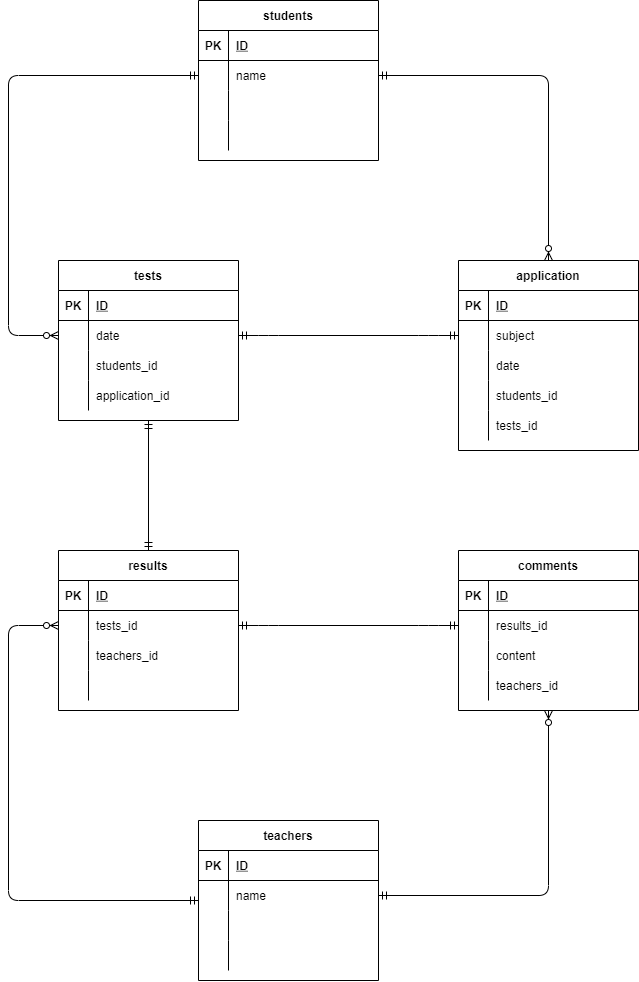
Earlier version of the draw.io export 20220203taniguchi.drawio.png (akira-tani/DB_excercise). Source tidied: cells renumbered, new cells last; positions are measured from the earlier drawing's top-left corner, leaving out a move shared by most shapes.
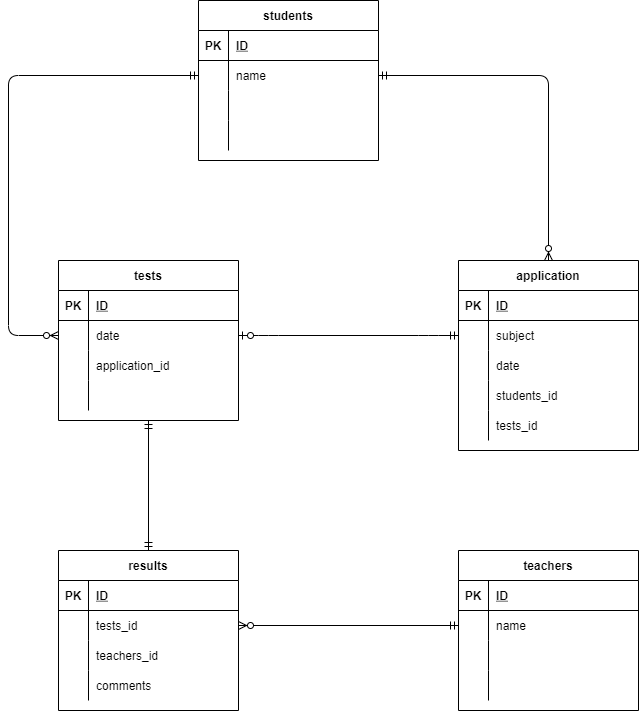
After the change.

The edit, as a diff of the source:
```diff
@@ -42,7 +42,7 @@
       <mxGeometry x="30" width="150" height="30" as="geometry" />
     </mxCell>
     <mxCell id="15" value="teachers" style="shape=table;startSize=30;rowLines=0;fontStyle=1;align=center;" parent="1" vertex="1">
-      <mxGeometry x="190" y="820" width="180" height="160" as="geometry" />
+      <mxGeometry x="450" y="550" width="180" height="160" as="geometry" />
     </mxCell>
     <mxCell id="16" style="shape=partialRectangle;fillColor=none;top=0;left=0;bottom=1;right=0;" parent="15" vertex="1">
       <mxGeometry y="30" width="180" height="30" as="geometry" />
@@ -107,7 +107,7 @@
     <mxCell id="36" style="shape=partialRectangle;fillColor=none;top=0;left=0;bottom=0;right=0;overflow=hidden;" parent="35" vertex="1">
       <mxGeometry width="30" height="30" as="geometry" />
     </mxCell>
-    <mxCell id="37" value="students_id" style="shape=partialRectangle;fillColor=none;top=0;left=0;bottom=0;right=0;align=left;spacingLeft=6;overflow=hidden;" parent="35" vertex="1">
+    <mxCell id="37" value="application_id" style="shape=partialRectangle;fillColor=none;top=0;left=0;bottom=0;right=0;align=left;spacingLeft=6;overflow=hidden;" parent="35" vertex="1">
       <mxGeometry x="30" width="150" height="30" as="geometry" />
     </mxCell>
     <mxCell id="38" style="shape=partialRectangle;fillColor=none;top=0;left=0;bottom=0;right=0;" parent="28" vertex="1">
@@ -116,7 +116,7 @@
     <mxCell id="39" style="shape=partialRectangle;fillColor=none;top=0;left=0;bottom=0;right=0;overflow=hidden;" parent="38" vertex="1">
       <mxGeometry width="30" height="30" as="geometry" />
     </mxCell>
-    <mxCell id="40" value="application_id" style="shape=partialRectangle;fillColor=none;top=0;left=0;bottom=0;right=0;align=left;spacingLeft=6;overflow=hidden;" parent="38" vertex="1">
+    <mxCell id="40" style="shape=partialRectangle;fillColor=none;top=0;left=0;bottom=0;right=0;align=left;spacingLeft=6;overflow=hidden;" parent="38" vertex="1">
       <mxGeometry x="30" width="150" height="30" as="geometry" />
     </mxCell>
     <mxCell id="41" value="results" style="shape=table;startSize=30;rowLines=0;fontStyle=1;align=center;" parent="1" vertex="1">
@@ -155,48 +155,9 @@
     <mxCell id="52" style="shape=partialRectangle;fillColor=none;top=0;left=0;bottom=0;right=0;overflow=hidden;" parent="51" vertex="1">
       <mxGeometry width="30" height="30" as="geometry" />
     </mxCell>
-    <mxCell id="53" style="shape=partialRectangle;fillColor=none;top=0;left=0;bottom=0;right=0;align=left;spacingLeft=6;overflow=hidden;" parent="51" vertex="1">
+    <mxCell id="53" value="comments" style="shape=partialRectangle;fillColor=none;top=0;left=0;bottom=0;right=0;align=left;spacingLeft=6;overflow=hidden;" parent="51" vertex="1">
       <mxGeometry x="30" width="150" height="30" as="geometry" />
     </mxCell>
-    <mxCell id="54" value="comments" style="shape=table;startSize=30;rowLines=0;fontStyle=1;align=center;" parent="1" vertex="1">
-      <mxGeometry x="450" y="550" width="180" height="160" as="geometry" />
-    </mxCell>
-    <mxCell id="55" style="shape=partialRectangle;fillColor=none;top=0;left=0;bottom=1;right=0;" parent="54" vertex="1">
-      <mxGeometry y="30" width="180" height="30" as="geometry" />
-    </mxCell>
-    <mxCell id="56" value="PK" style="shape=partialRectangle;fillColor=none;top=0;left=0;bottom=0;right=0;fontStyle=1;overflow=hidden;" parent="55" vertex="1">
-      <mxGeometry width="30" height="30" as="geometry" />
-    </mxCell>
-    <mxCell id="57" value="ID" style="shape=partialRectangle;fillColor=none;top=0;left=0;bottom=0;right=0;align=left;spacingLeft=6;fontStyle=5;overflow=hidden;" parent="55" vertex="1">
-      <mxGeometry x="30" width="150" height="30" as="geometry" />
-    </mxCell>
-    <mxCell id="58" style="shape=partialRectangle;fillColor=none;top=0;left=0;bottom=0;right=0;points=[[0,0.5],[1,0.5]];portConstraint=eastwest;" parent="54" vertex="1">
-      <mxGeometry y="60" width="180" height="30" as="geometry" />
-    </mxCell>
-    <mxCell id="59" style="shape=partialRectangle;fillColor=none;top=0;left=0;bottom=0;right=0;overflow=hidden;" parent="58" vertex="1">
-      <mxGeometry width="30" height="30" as="geometry" />
-    </mxCell>
-    <mxCell id="60" value="results_id" style="shape=partialRectangle;fillColor=none;top=0;left=0;bottom=0;right=0;align=left;spacingLeft=6;overflow=hidden;" parent="58" vertex="1">
-      <mxGeometry x="30" width="150" height="30" as="geometry" />
-    </mxCell>
-    <mxCell id="61" style="shape=partialRectangle;fillColor=none;top=0;left=0;bottom=0;right=0;" parent="54" vertex="1">
-      <mxGeometry y="90" width="180" height="30" as="geometry" />
-    </mxCell>
-    <mxCell id="62" style="shape=partialRectangle;fillColor=none;top=0;left=0;bottom=0;right=0;overflow=hidden;" parent="61" vertex="1">
-      <mxGeometry width="30" height="30" as="geometry" />
-    </mxCell>
-    <mxCell id="63" value="content" style="shape=partialRectangle;fillColor=none;top=0;left=0;bottom=0;right=0;align=left;spacingLeft=6;overflow=hidden;" parent="61" vertex="1">
-      <mxGeometry x="30" width="150" height="30" as="geometry" />
-    </mxCell>
-    <mxCell id="64" style="shape=partialRectangle;fillColor=none;top=0;left=0;bottom=0;right=0;" parent="54" vertex="1">
-      <mxGeometry y="120" width="180" height="30" as="geometry" />
-    </mxCell>
-    <mxCell id="65" style="shape=partialRectangle;fillColor=none;top=0;left=0;bottom=0;right=0;overflow=hidden;" parent="64" vertex="1">
-      <mxGeometry width="30" height="30" as="geometry" />
-    </mxCell>
-    <mxCell id="66" value="teachers_id" style="shape=partialRectangle;fillColor=none;top=0;left=0;bottom=0;right=0;align=left;spacingLeft=6;overflow=hidden;" parent="64" vertex="1">
-      <mxGeometry x="30" width="150" height="30" as="geometry" />
-    </mxCell>
     <mxCell id="67" value="application" style="shape=table;startSize=30;rowLines=0;fontStyle=1;align=center;" parent="1" vertex="1">
       <mxGeometry x="450" y="260" width="180" height="190" as="geometry" />
     </mxCell>
@@ -248,9 +209,6 @@
     <mxCell id="83" style="edgeStyle=orthogonalEdgeStyle;fontSize=12;html=1;endArrow=ERzeroToMany;startArrow=ERmandOne;elbow=vertical;exitX=1;exitY=0.5;exitDx=0;exitDy=0;entryX=0.5;entryY=0;entryDx=0;entryDy=0;" parent="1" edge="1" source="6" target="67">
       <mxGeometry relative="1" as="geometry" />
     </mxCell>
-    <mxCell id="84" style="edgeStyle=entityRelationEdgeStyle;fontSize=12;html=1;endArrow=ERmandOne;startArrow=ERmandOne;elbow=vertical;exitX=1;exitY=0.5;exitDx=0;exitDy=0;entryX=0;entryY=0.5;entryDx=0;entryDy=0;" parent="1" edge="1" source="32" target="71">
-      <mxGeometry relative="1" as="geometry" />
-    </mxCell>
     <mxCell id="85" style="edgeStyle=orthogonalEdgeStyle;fontSize=12;html=1;endArrow=ERzeroToMany;startArrow=ERmandOne;elbow=vertical;exitX=0;exitY=0.5;exitDx=0;exitDy=0;entryX=0;entryY=0.5;entryDx=0;entryDy=0;" parent="1" edge="1" source="6" target="32">
       <mxGeometry relative="1" as="geometry">
         <Array as="points">
@@ -262,19 +220,11 @@
     <mxCell id="86" style="fontSize=12;html=1;endArrow=ERmandOne;startArrow=ERmandOne;elbow=vertical;entryX=0.5;entryY=1;entryDx=0;entryDy=0;exitX=0.5;exitY=0;exitDx=0;exitDy=0;" parent="1" edge="1" source="41" target="28">
       <mxGeometry relative="1" as="geometry" />
     </mxCell>
-    <mxCell id="87" style="edgeStyle=entityRelationEdgeStyle;fontSize=12;html=1;endArrow=ERmandOne;startArrow=ERmandOne;elbow=vertical;exitX=1;exitY=0.5;exitDx=0;exitDy=0;entryX=0;entryY=0.5;entryDx=0;entryDy=0;" parent="1" edge="1" source="45" target="58">
-      <mxGeometry relative="1" as="geometry" />
-    </mxCell>
-    <mxCell id="88" style="edgeStyle=orthogonalEdgeStyle;fontSize=12;html=1;endArrow=ERzeroToMany;startArrow=ERmandOne;elbow=vertical;exitX=0;exitY=0.5;exitDx=0;exitDy=0;entryX=0;entryY=0.5;entryDx=0;entryDy=0;" parent="1" edge="1" source="15" target="45">
-      <mxGeometry relative="1" as="geometry">
-        <Array as="points">
-          <mxPoint y="900" />
-          <mxPoint y="625" />
-        </Array>
-      </mxGeometry>
+    <mxCell id="88" style="fontSize=12;html=1;endArrow=ERzeroToMany;startArrow=ERmandOne;elbow=vertical;exitX=0;exitY=0.5;exitDx=0;exitDy=0;entryX=1;entryY=0.5;entryDx=0;entryDy=0;" parent="1" edge="1" source="19" target="45">
+      <mxGeometry relative="1" as="geometry" />
     </mxCell>
-    <mxCell id="89" style="edgeStyle=orthogonalEdgeStyle;fontSize=12;html=1;endArrow=ERzeroToMany;startArrow=ERmandOne;elbow=vertical;exitX=1;exitY=0.5;exitDx=0;exitDy=0;entryX=0.5;entryY=1;entryDx=0;entryDy=0;" parent="1" edge="1" source="19" target="54">
-      <mxGeometry relative="1" as="geometry" />
-    </mxCell>
+    <mxCell id="90" style="edgeStyle=entityRelationEdgeStyle;fontSize=12;html=1;endArrow=ERzeroToOne;startArrow=ERmandOne;exitX=0;exitY=0.5;exitDx=0;exitDy=0;entryX=1;entryY=0.5;entryDx=0;entryDy=0;" parent="1" edge="1" source="71" target="32">
+      <mxGeometry relative="1" as="geometry" />
+    </mxCell>
   </root>
 </mxGraphModel>
```
